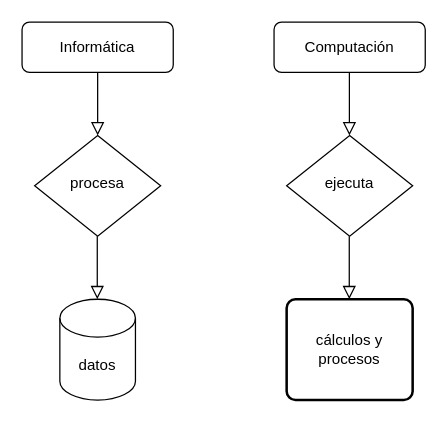
Before: Diagrama sin título.drawio in kiloZ333/github.com, a draw.io diagram. Source tidied: cells renumbered, new cells numbered last; positions are measured from the earlier drawing's top-left corner, leaving out a move shared by most shapes. Both pictures are drawn from the tidied source at 126%, with x=0, y=0 at pixel (21, 21).
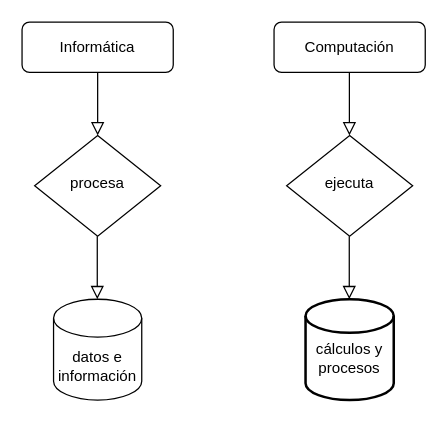
After the change.

Diff of the diagram source:
```diff
@@
 <mxGraphModel>
   <root>
     <mxCell id="0" />
     <mxCell id="1" parent="0" />
     <mxCell id="2" style="rounded=0;html=1;jettySize=auto;fontSize=11;endArrow=block;endFill=0;endSize=8;strokeWidth=1;shadow=0;labelBackgroundColor=none;edgeStyle=orthogonalEdgeStyle;" parent="1" edge="1" source="3" target="4">
       <mxGeometry relative="1" as="geometry" />
     </mxCell>
     <mxCell id="3" value="Informática" style="rounded=1;whiteSpace=wrap;html=1;fontSize=12;glass=0;strokeWidth=1;shadow=0;" parent="1" vertex="1">
       <mxGeometry width="120" height="40" as="geometry" />
     </mxCell>
     <mxCell id="4" value="procesa" style="rhombus;whiteSpace=wrap;html=1;shadow=0;fontFamily=Helvetica;fontSize=12;align=center;strokeWidth=1;spacing=6;spacingTop=-4;" parent="1" vertex="1">
       <mxGeometry x="10" y="90" width="100" height="80" as="geometry" />
     </mxCell>
     <mxCell id="5" value="Computación" style="rounded=1;whiteSpace=wrap;html=1;fontSize=12;glass=0;strokeWidth=1;shadow=0;" parent="1" vertex="1">
       <mxGeometry x="200" width="120" height="40" as="geometry" />
     </mxCell>
     <mxCell id="6" style="rounded=0;html=1;jettySize=auto;orthogonalLoop=1;fontSize=11;endArrow=block;endFill=0;endSize=8;strokeWidth=1;shadow=0;labelBackgroundColor=none;edgeStyle=orthogonalEdgeStyle;" parent="1" edge="1">
       <mxGeometry relative="1" as="geometry">
         <mxPoint x="259.8" y="40" as="sourcePoint" />
         <mxPoint x="259.8" y="90" as="targetPoint" />
       </mxGeometry>
     </mxCell>
     <mxCell id="7" value="ejecuta" style="rhombus;whiteSpace=wrap;html=1;shadow=0;fontFamily=Helvetica;fontSize=12;align=center;strokeWidth=1;spacing=6;spacingTop=-4;" parent="1" vertex="1">
       <mxGeometry x="210" y="90" width="100" height="80" as="geometry" />
     </mxCell>
-    <mxCell id="8" value="datos " style="shape=cylinder3;whiteSpace=wrap;html=1;boundedLbl=1;backgroundOutline=1;size=15;" parent="1" vertex="1">
-      <mxGeometry x="30" y="220" width="60" height="80" as="geometry" />
+    <mxCell id="8" value="datos e información" style="shape=cylinder3;whiteSpace=wrap;html=1;boundedLbl=1;backgroundOutline=1;size=15;" parent="1" vertex="1">
+      <mxGeometry x="25" y="220" width="70" height="80" as="geometry" />
     </mxCell>
     <mxCell id="9" style="rounded=0;html=1;jettySize=auto;orthogonalLoop=1;fontSize=11;endArrow=block;endFill=0;endSize=8;strokeWidth=1;shadow=0;labelBackgroundColor=none;edgeStyle=orthogonalEdgeStyle;" parent="1" edge="1">
       <mxGeometry relative="1" as="geometry">
         <mxPoint x="59.7" y="170" as="sourcePoint" />
         <mxPoint x="59.7" y="220" as="targetPoint" />
         <Array as="points">
           <mxPoint x="59.7" y="200" />
           <mxPoint x="59.7" y="200" />
         </Array>
       </mxGeometry>
     </mxCell>
     <mxCell id="10" style="rounded=0;html=1;jettySize=auto;orthogonalLoop=1;fontSize=11;endArrow=block;endFill=0;endSize=8;strokeWidth=1;shadow=0;labelBackgroundColor=none;edgeStyle=orthogonalEdgeStyle;" parent="1" edge="1">
       <mxGeometry relative="1" as="geometry">
         <mxPoint x="259.7" y="170" as="sourcePoint" />
         <mxPoint x="259.7" y="220" as="targetPoint" />
         <Array as="points">
           <mxPoint x="259.7" y="200" />
           <mxPoint x="259.7" y="200" />
         </Array>
       </mxGeometry>
     </mxCell>
-    <mxCell id="11" value="cálculos y procesos" style="rounded=1;whiteSpace=wrap;html=1;absoluteArcSize=1;arcSize=14;strokeWidth=2;" parent="1" vertex="1">
-      <mxGeometry x="210" y="220" width="100" height="80" as="geometry" />
+    <mxCell id="11" value="&lt;div&gt;&lt;br&gt;&lt;/div&gt;&lt;div&gt;cálculos y procesos&lt;/div&gt;" style="strokeWidth=2;html=1;shape=mxgraph.flowchart.database;whiteSpace=wrap;" parent="1" vertex="1">
+      <mxGeometry x="225" y="220" width="70" height="80" as="geometry" />
     </mxCell>
   </root>
 </mxGraphModel>
```
